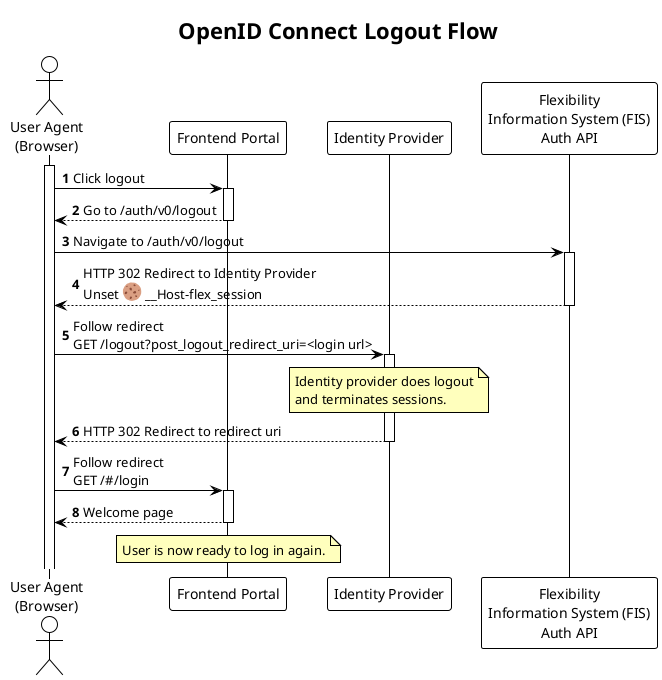
This is docs-dev/diagrams/oidc_logout_sequence.png from elhub/flex-information-system, a PlantUML export, as it was before one commit.
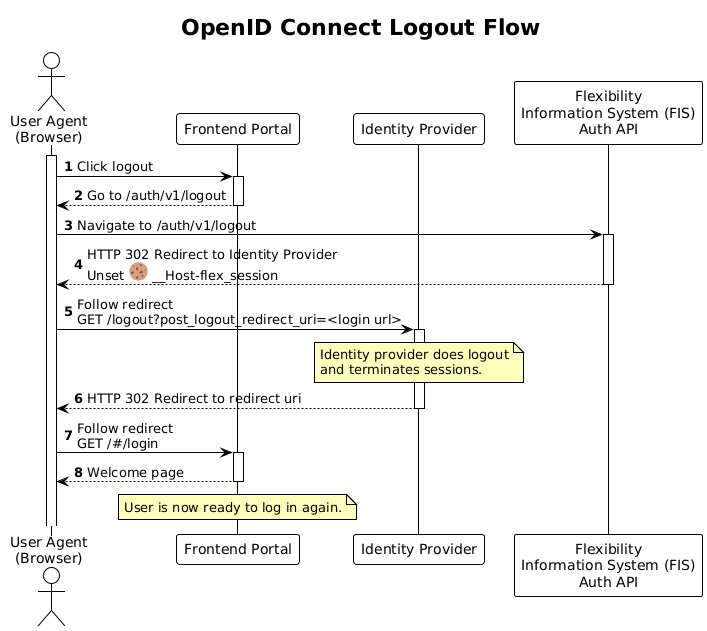
The same file after the commit.

Commit message:
fix: Regenerate png for plantuml files affected with version change (FLEX-1168)

The edit, as a diff of the source:
```diff
@@ -18,8 +18,8 @@
 participant "Flexibility\nInformation System (FIS)\nAuth API" as AUTH
 
 UA -> PORTAL: Click logout
-return Go to /auth/v0/logout
-UA -> AUTH: Navigate to /auth/v0/logout
+return Go to /auth/v1/logout
+UA -> AUTH: Navigate to /auth/v1/logout
 return HTTP 302 Redirect to Identity Provider\nUnset <:cookie:> __Host-flex_session
 
 UA -> IDP: Follow redirect\nGET /logout?post_logout_redirect_uri=<login url>
```
